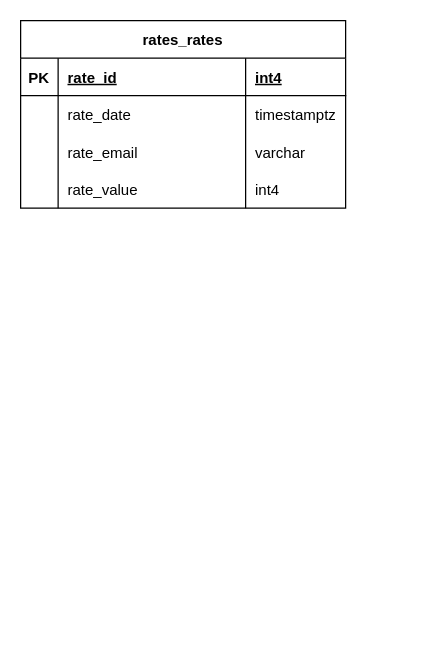
This is page "database-schema" (3 of 3) of .docs/diagrams.drawio from caio-pavesi/rateauni-website, a draw.io file, before an edit. Source tidied: cells renumbered, new cells numbered last; positions are measured from the earlier drawing's top-left corner, leaving out a move shared by most shapes. Both pictures are drawn from the tidied source at 125%, with x=0, y=0 at pixel (20, 20).
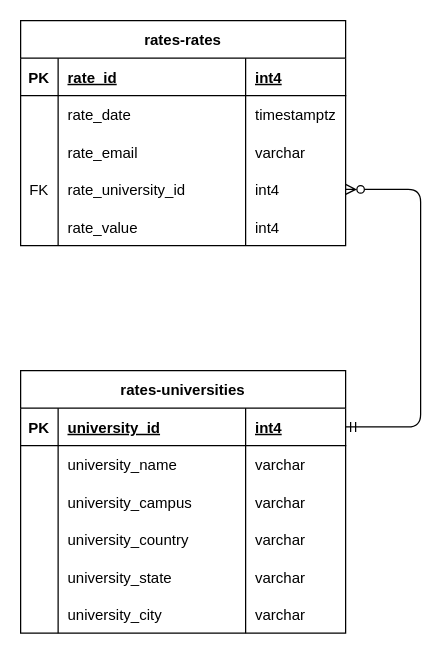
The same diagram, later.

Commit message (it also covers changes not shown here):
docs: database-schema added the Universities table

Diff of the diagram source:
```diff
@@
-    <mxCell id="2" value="rates_rates" style="shape=table;startSize=30;childLayout=tableLayout;rowLines=0;fontStyle=1;align=center;" parent="1" vertex="1">
-      <mxGeometry width="260" height="150" as="geometry" />
+    <mxCell id="2" value="rates-rates" style="shape=table;startSize=30;childLayout=tableLayout;rowLines=0;fontStyle=1;align=center;" parent="1" vertex="1">
+      <mxGeometry width="260" height="180" as="geometry" />
     </mxCell>
@@
+    <mxCell id="19" style="shape=tableRow;horizontal=0;startSize=0;swimlaneHead=0;swimlaneBody=0;fillColor=none;points=[[0,0.5],[1,0.5]];portConstraint=eastwest;top=0;left=0;right=0;bottom=0;" parent="2" vertex="1">
+      <mxGeometry y="120" width="260" height="30" as="geometry" />
+    </mxCell>
+    <mxCell id="20" value="FK" style="shape=partialRectangle;fillColor=none;top=0;left=0;bottom=0;right=0;overflow=hidden;" parent="19" vertex="1">
+      <mxGeometry width="30" height="30" as="geometry" />
+    </mxCell>
+    <mxCell id="21" value="rate_university_id" style="shape=partialRectangle;fillColor=none;top=0;left=0;bottom=0;right=0;align=left;spacingLeft=6;overflow=hidden;" parent="19" vertex="1">
+      <mxGeometry x="30" width="150" height="30" as="geometry" />
+    </mxCell>
+    <mxCell id="22" value="int4" style="shape=partialRectangle;fillColor=none;top=0;left=0;bottom=0;right=0;align=left;spacingLeft=6;overflow=hidden;" parent="19" vertex="1">
+      <mxGeometry x="180" width="80" height="30" as="geometry" />
+    </mxCell>
     <mxCell id="15" style="shape=tableRow;horizontal=0;startSize=0;swimlaneHead=0;swimlaneBody=0;fillColor=none;top=0;left=0;right=0;bottom=0;" parent="2" vertex="1">
-      <mxGeometry y="120" width="260" height="30" as="geometry" />
+      <mxGeometry y="150" width="260" height="30" as="geometry" />
     </mxCell>
@@
+    <mxCell id="23" value="rates-universities" style="shape=table;startSize=30;childLayout=tableLayout;rowLines=0;fontStyle=1;align=center;" parent="1" vertex="1">
+      <mxGeometry y="280" width="260" height="210" as="geometry" />
+    </mxCell>
+    <mxCell id="24" style="shape=tableRow;horizontal=0;startSize=0;swimlaneHead=0;swimlaneBody=0;fillColor=none;points=[[0,0.5],[1,0.5]];portConstraint=eastwest;top=0;left=0;right=0;bottom=1;" parent="23" vertex="1">
+      <mxGeometry y="30" width="260" height="30" as="geometry" />
+    </mxCell>
+    <mxCell id="25" value="PK" style="shape=partialRectangle;fillColor=none;top=0;left=0;bottom=0;right=0;fontStyle=1;overflow=hidden;" parent="24" vertex="1">
+      <mxGeometry width="30" height="30" as="geometry" />
+    </mxCell>
+    <mxCell id="26" value="university_id" style="shape=partialRectangle;fillColor=none;top=0;left=0;bottom=0;right=0;align=left;spacingLeft=6;fontStyle=5;overflow=hidden;" parent="24" vertex="1">
+      <mxGeometry x="30" width="150" height="30" as="geometry" />
+    </mxCell>
+    <mxCell id="27" value="int4" style="shape=partialRectangle;fillColor=none;top=0;left=0;bottom=0;right=0;align=left;spacingLeft=6;fontStyle=5;overflow=hidden;" parent="24" vertex="1">
+      <mxGeometry x="180" width="80" height="30" as="geometry" />
+    </mxCell>
+    <mxCell id="28" style="shape=tableRow;horizontal=0;startSize=0;swimlaneHead=0;swimlaneBody=0;fillColor=none;top=0;left=0;right=0;bottom=0;" parent="23" vertex="1">
+      <mxGeometry y="60" width="260" height="30" as="geometry" />
+    </mxCell>
+    <mxCell id="29" style="shape=partialRectangle;fillColor=none;top=0;left=0;bottom=0;right=0;overflow=hidden;" parent="28" vertex="1">
+      <mxGeometry width="30" height="30" as="geometry" />
+    </mxCell>
+    <mxCell id="30" value="university_name" style="shape=partialRectangle;fillColor=none;top=0;left=0;bottom=0;right=0;align=left;spacingLeft=6;overflow=hidden;" parent="28" vertex="1">
+      <mxGeometry x="30" width="150" height="30" as="geometry" />
+    </mxCell>
+    <mxCell id="31" value="varchar" style="shape=partialRectangle;fillColor=none;top=0;left=0;bottom=0;right=0;align=left;spacingLeft=6;overflow=hidden;" parent="28" vertex="1">
+      <mxGeometry x="180" width="80" height="30" as="geometry" />
+    </mxCell>
+    <mxCell id="32" style="shape=tableRow;horizontal=0;startSize=0;swimlaneHead=0;swimlaneBody=0;fillColor=none;top=0;left=0;right=0;bottom=0;" parent="23" vertex="1">
+      <mxGeometry y="90" width="260" height="30" as="geometry" />
+    </mxCell>
+    <mxCell id="33" style="shape=partialRectangle;fillColor=none;top=0;left=0;bottom=0;right=0;overflow=hidden;" parent="32" vertex="1">
+      <mxGeometry width="30" height="30" as="geometry" />
+    </mxCell>
+    <mxCell id="34" value="university_campus" style="shape=partialRectangle;fillColor=none;top=0;left=0;bottom=0;right=0;align=left;spacingLeft=6;overflow=hidden;" parent="32" vertex="1">
+      <mxGeometry x="30" width="150" height="30" as="geometry" />
+    </mxCell>
+    <mxCell id="35" value="varchar" style="shape=partialRectangle;fillColor=none;top=0;left=0;bottom=0;right=0;align=left;spacingLeft=6;overflow=hidden;" parent="32" vertex="1">
+      <mxGeometry x="180" width="80" height="30" as="geometry" />
+    </mxCell>
+    <mxCell id="36" style="shape=tableRow;horizontal=0;startSize=0;swimlaneHead=0;swimlaneBody=0;fillColor=none;top=0;left=0;right=0;bottom=0;" parent="23" vertex="1">
+      <mxGeometry y="120" width="260" height="30" as="geometry" />
+    </mxCell>
+    <mxCell id="37" style="shape=partialRectangle;fillColor=none;top=0;left=0;bottom=0;right=0;overflow=hidden;" parent="36" vertex="1">
+      <mxGeometry width="30" height="30" as="geometry" />
+    </mxCell>
+    <mxCell id="38" value="university_country" style="shape=partialRectangle;fillColor=none;top=0;left=0;bottom=0;right=0;align=left;spacingLeft=6;overflow=hidden;" parent="36" vertex="1">
+      <mxGeometry x="30" width="150" height="30" as="geometry" />
+    </mxCell>
+    <mxCell id="39" value="varchar" style="shape=partialRectangle;fillColor=none;top=0;left=0;bottom=0;right=0;align=left;spacingLeft=6;overflow=hidden;" parent="36" vertex="1">
+      <mxGeometry x="180" width="80" height="30" as="geometry" />
+    </mxCell>
+    <mxCell id="40" style="shape=tableRow;horizontal=0;startSize=0;swimlaneHead=0;swimlaneBody=0;fillColor=none;top=0;left=0;right=0;bottom=0;" parent="23" vertex="1">
+      <mxGeometry y="150" width="260" height="30" as="geometry" />
+    </mxCell>
+    <mxCell id="41" style="shape=partialRectangle;fillColor=none;top=0;left=0;bottom=0;right=0;overflow=hidden;" parent="40" vertex="1">
+      <mxGeometry width="30" height="30" as="geometry" />
+    </mxCell>
+    <mxCell id="42" value="university_state" style="shape=partialRectangle;fillColor=none;top=0;left=0;bottom=0;right=0;align=left;spacingLeft=6;overflow=hidden;" parent="40" vertex="1">
+      <mxGeometry x="30" width="150" height="30" as="geometry" />
+    </mxCell>
+    <mxCell id="43" value="varchar" style="shape=partialRectangle;fillColor=none;top=0;left=0;bottom=0;right=0;align=left;spacingLeft=6;overflow=hidden;" parent="40" vertex="1">
+      <mxGeometry x="180" width="80" height="30" as="geometry" />
+    </mxCell>
+    <mxCell id="44" style="shape=tableRow;horizontal=0;startSize=0;swimlaneHead=0;swimlaneBody=0;fillColor=none;top=0;left=0;right=0;bottom=0;" parent="23" vertex="1">
+      <mxGeometry y="180" width="260" height="30" as="geometry" />
+    </mxCell>
+    <mxCell id="45" style="shape=partialRectangle;fillColor=none;top=0;left=0;bottom=0;right=0;overflow=hidden;" parent="44" vertex="1">
+      <mxGeometry width="30" height="30" as="geometry" />
+    </mxCell>
+    <mxCell id="46" value="university_city" style="shape=partialRectangle;fillColor=none;top=0;left=0;bottom=0;right=0;align=left;spacingLeft=6;overflow=hidden;" parent="44" vertex="1">
+      <mxGeometry x="30" width="150" height="30" as="geometry" />
+    </mxCell>
+    <mxCell id="47" value="varchar" style="shape=partialRectangle;fillColor=none;top=0;left=0;bottom=0;right=0;align=left;spacingLeft=6;overflow=hidden;" parent="44" vertex="1">
+      <mxGeometry x="180" width="80" height="30" as="geometry" />
+    </mxCell>
+    <mxCell id="48" style="edgeStyle=none;html=1;exitX=1;exitY=0.5;exitDx=0;exitDy=0;entryX=1;entryY=0.5;entryDx=0;entryDy=0;startArrow=ERzeroToMany;startFill=0;endArrow=ERmandOne;endFill=0;" parent="1" edge="1" source="19" target="24">
+      <mxGeometry relative="1" as="geometry">
+        <Array as="points">
+          <mxPoint x="320" y="135" />
+          <mxPoint x="320" y="325" />
+        </Array>
+      </mxGeometry>
+    </mxCell>
```
